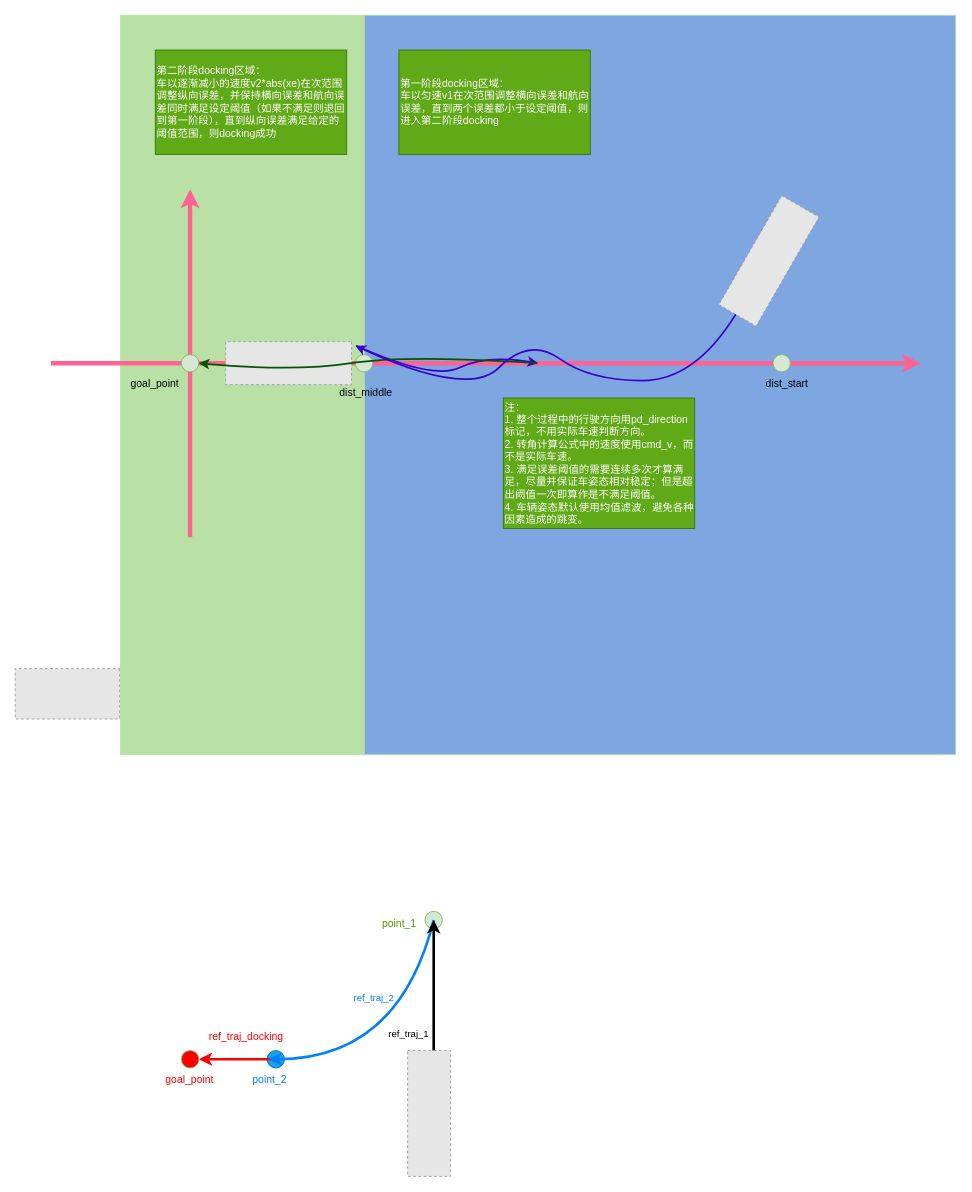
Earlier version of the draw.io diagram page "demonstration" (3 of 4) of precise_docking.drawio (Thousandsuny/Learning). Source tidied: cells renumbered, new cells numbered last; positions are measured from the earlier drawing's top-left corner, leaving out a move shared by most shapes. Both pictures are drawn from the tidied source at 87%, with x=0, y=0 at pixel (42, 15). Pictures stored in the file or linked from it are replaced by grey dashed boxes.
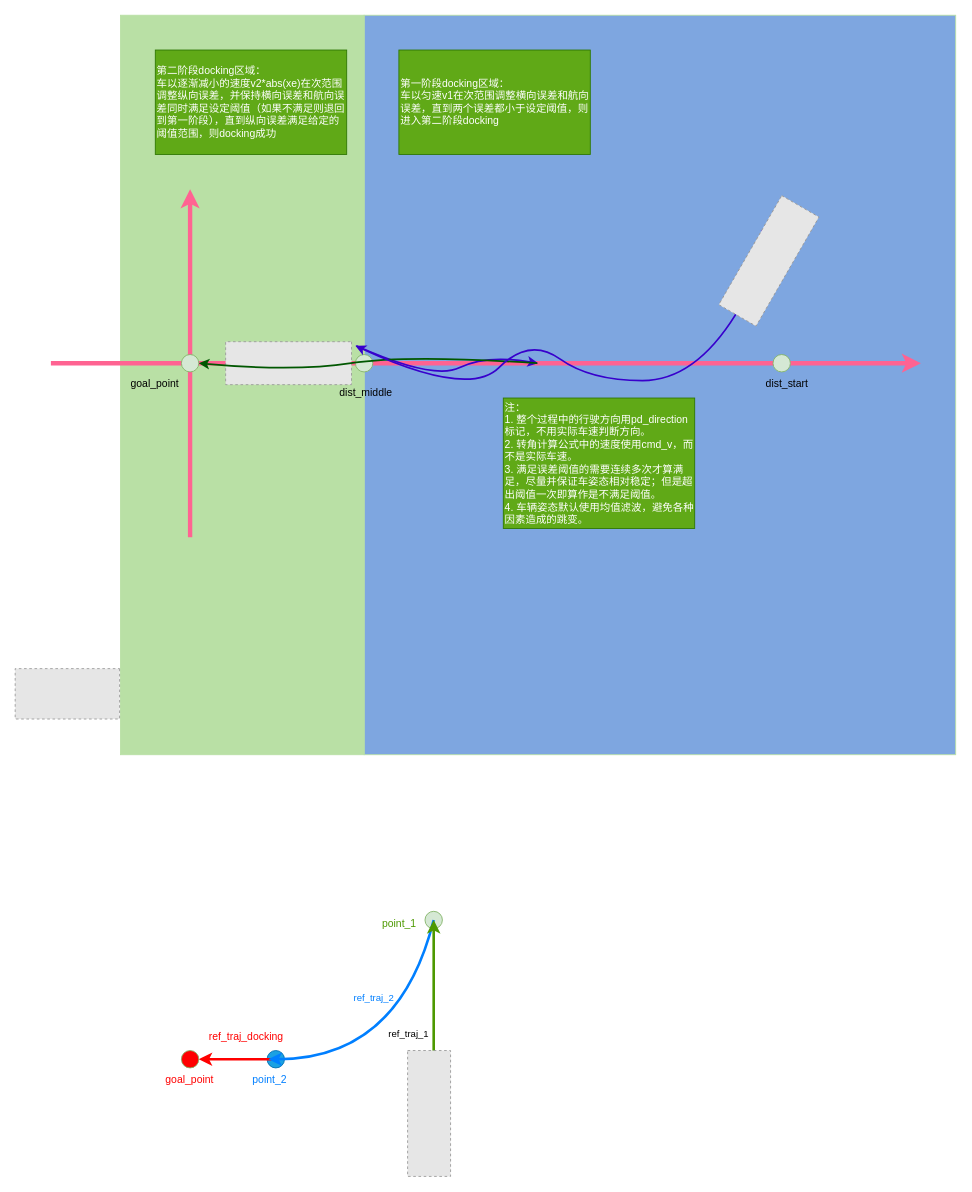
The same page after the edit.

What changed in the source:
```diff
@@
-    <mxCell id="29" style="endArrow=classic;html=1;rounded=0;strokeWidth=3;startArrow=none;" parent="1" edge="1">
+    <mxCell id="29" style="endArrow=classic;html=1;rounded=0;strokeWidth=3;startArrow=none;strokeColor=#4D9900;" parent="1" edge="1">
       <mxGeometry relative="1" as="geometry">
         <mxPoint x="450" y="1250" as="sourcePoint" />
         <mxPoint x="450" y="1040" as="targetPoint" />
       </mxGeometry>
     </mxCell>
```
